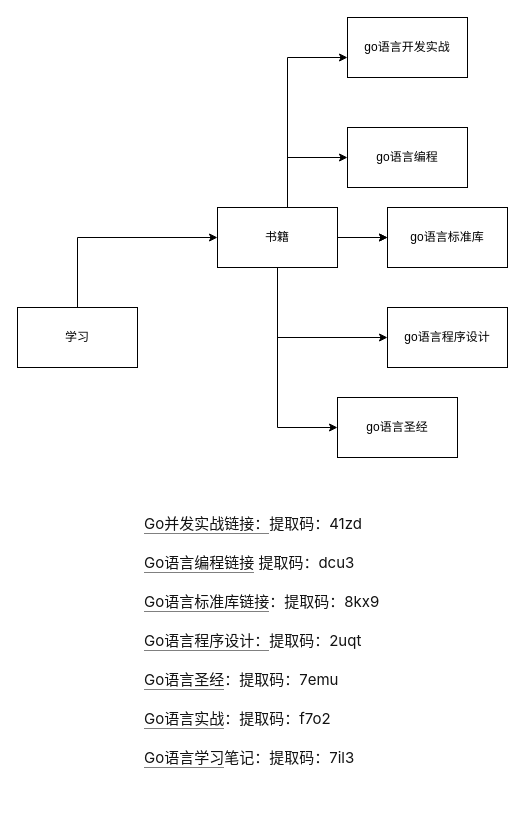
Above: go语言学习.drawio in enzoyes/desginsindraw (draw.io), before the change. Source tidied: cells renumbered, new cells numbered last; positions are measured from the earlier drawing's top-left corner, leaving out a move shared by most shapes. Both pictures are drawn from the tidied source at 100%, with x=0, y=0 at pixel (17, 17).
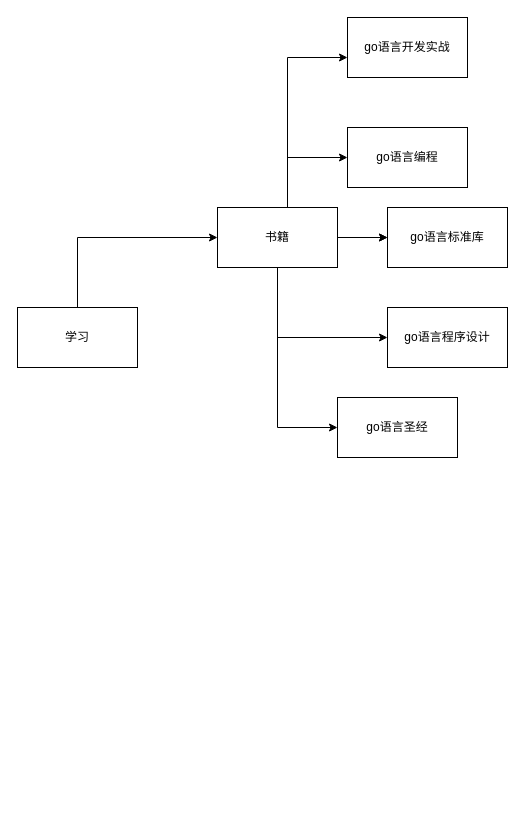
The same diagram, later.

Commit message (it also covers changes not shown here):
更新go语言学习.drawio

Change to the diagram source:
```diff
@@
-    <mxCell id="12" value="&lt;p style=&quot;margin: 1.4em 0px; color: rgb(18, 18, 18); font-family: -apple-system, BlinkMacSystemFont, &amp;quot;Helvetica Neue&amp;quot;, &amp;quot;PingFang SC&amp;quot;, &amp;quot;Microsoft YaHei&amp;quot;, &amp;quot;Source Han Sans SC&amp;quot;, &amp;quot;Noto Sans CJK SC&amp;quot;, &amp;quot;WenQuanYi Micro Hei&amp;quot;, sans-serif; font-size: 15px; font-style: normal; font-variant-ligatures: normal; font-variant-caps: normal; font-weight: 400; letter-spacing: normal; orphans: 2; text-align: start; text-indent: 0px; text-transform: none; widows: 2; word-spacing: 0px; -webkit-text-stroke-width: 0px; background-color: rgb(255, 255, 255); text-decoration-thickness: initial; text-decoration-style: initial; text-decoration-color: initial;&quot;&gt;&lt;a style=&quot;color: inherit; text-decoration: none; border-bottom: 1px solid rgb(128, 128, 128); cursor: pointer;&quot; rel=&quot;nofollow noreferrer&quot; target=&quot;_blank&quot; class=&quot;wrap external&quot; href=&quot;https://link.zhihu.com/?target=https%3A//pan.baidu.com/s/1sE6RQ5We5ciLtkkWAaSyyQ&quot;&gt;Go并发实战链接：&lt;/a&gt;提取码：41zd&lt;/p&gt;&lt;p style=&quot;margin: 1.4em 0px; color: rgb(18, 18, 18); font-family: -apple-system, BlinkMacSystemFont, &amp;quot;Helvetica Neue&amp;quot;, &amp;quot;PingFang SC&amp;quot;, &amp;quot;Microsoft YaHei&amp;quot;, &amp;quot;Source Han Sans SC&amp;quot;, &amp;quot;Noto Sans CJK SC&amp;quot;, &amp;quot;WenQuanYi Micro Hei&amp;quot;, sans-serif; font-size: 15px; font-style: normal; font-variant-ligatures: normal; font-variant-caps: normal; font-weight: 400; letter-spacing: normal; orphans: 2; text-align: start; text-indent: 0px; text-transform: none; widows: 2; word-spacing: 0px; -webkit-text-stroke-width: 0px; background-color: rgb(255, 255, 255); text-decoration-thickness: initial; text-decoration-style: initial; text-decoration-color: initial;&quot;&gt;&lt;a style=&quot;color: inherit; text-decoration: none; border-bottom: 1px solid rgb(128, 128, 128); cursor: pointer;&quot; rel=&quot;nofollow noreferrer&quot; target=&quot;_blank&quot; class=&quot;wrap external&quot; href=&quot;https://link.zhihu.com/?target=https%3A//pan.baidu.com/s/1yo_weXsbl_tMXjJrVPMI-A&quot;&gt;Go语言编程链接&lt;/a&gt;&lt;span&gt;&amp;nbsp;&lt;/span&gt;提取码：dcu3&lt;/p&gt;&lt;p style=&quot;margin: 1.4em 0px; color: rgb(18, 18, 18); font-family: -apple-system, BlinkMacSystemFont, &amp;quot;Helvetica Neue&amp;quot;, &amp;quot;PingFang SC&amp;quot;, &amp;quot;Microsoft YaHei&amp;quot;, &amp;quot;Source Han Sans SC&amp;quot;, &amp;quot;Noto Sans CJK SC&amp;quot;, &amp;quot;WenQuanYi Micro Hei&amp;quot;, sans-serif; font-size: 15px; font-style: normal; font-variant-ligatures: normal; font-variant-caps: normal; font-weight: 400; letter-spacing: normal; orphans: 2; text-align: start; text-indent: 0px; text-transform: none; widows: 2; word-spacing: 0px; -webkit-text-stroke-width: 0px; background-color: rgb(255, 255, 255); text-decoration-thickness: initial; text-decoration-style: initial; text-decoration-color: initial;&quot;&gt;&lt;a style=&quot;color: inherit; text-decoration: none; border-bottom: 1px solid rgb(128, 128, 128); cursor: pointer;&quot; rel=&quot;nofollow noreferrer&quot; target=&quot;_blank&quot; class=&quot;wrap external&quot; href=&quot;https://link.zhihu.com/?target=https%3A//pan.baidu.com/s/1MNkUhJT-ZQA5D7-tGAX-Lg&quot;&gt;Go语言标准库链接&lt;/a&gt;：提取码：8kx9&lt;/p&gt;&lt;p style=&quot;margin: 1.4em 0px; color: rgb(18, 18, 18); font-family: -apple-system, BlinkMacSystemFont, &amp;quot;Helvetica Neue&amp;quot;, &amp;quot;PingFang SC&amp;quot;, &amp;quot;Microsoft YaHei&amp;quot;, &amp;quot;Source Han Sans SC&amp;quot;, &amp;quot;Noto Sans CJK SC&amp;quot;, &amp;quot;WenQuanYi Micro Hei&amp;quot;, sans-serif; font-size: 15px; font-style: normal; font-variant-ligatures: normal; font-variant-caps: normal; font-weight: 400; letter-spacing: normal; orphans: 2; text-align: start; text-indent: 0px; text-transform: none; widows: 2; word-spacing: 0px; -webkit-text-stroke-width: 0px; background-color: rgb(255, 255, 255); text-decoration-thickness: initial; text-decoration-style: initial; text-decoration-color: initial;&quot;&gt;&lt;a style=&quot;color: inherit; text-decoration: none; border-bottom: 1px solid rgb(128, 128, 128); cursor: pointer;&quot; rel=&quot;nofollow noreferrer&quot; target=&quot;_blank&quot; class=&quot;wrap external&quot; href=&quot;https://link.zhihu.com/?target=https%3A//pan.baidu.com/s/1db91f8NGAzhMicPGdxuBPA&quot;&gt;Go语言程序设计：&lt;/a&gt;提取码：2uqt&lt;/p&gt;&lt;p style=&quot;margin: 1.4em 0px; color: rgb(18, 18, 18); font-family: -apple-system, BlinkMacSystemFont, &amp;quot;Helvetica Neue&amp;quot;, &amp;quot;PingFang SC&amp;quot;, &amp;quot;Microsoft YaHei&amp;quot;, &amp;quot;Source Han Sans SC&amp;quot;, &amp;quot;Noto Sans CJK SC&amp;quot;, &amp;quot;WenQuanYi Micro Hei&amp;quot;, sans-serif; font-size: 15px; font-style: normal; font-variant-ligatures: normal; font-variant-caps: normal; font-weight: 400; letter-spacing: normal; orphans: 2; text-align: start; text-indent: 0px; text-transform: none; widows: 2; word-spacing: 0px; -webkit-text-stroke-width: 0px; background-color: rgb(255, 255, 255); text-decoration-thickness: initial; text-decoration-style: initial; text-decoration-color: initial;&quot;&gt;&lt;a style=&quot;color: inherit; text-decoration: none; border-bottom: 1px solid rgb(128, 128, 128); cursor: pointer;&quot; rel=&quot;nofollow noreferrer&quot; target=&quot;_blank&quot; class=&quot;wrap external&quot; href=&quot;https://link.zhihu.com/?target=https%3A//pan.baidu.com/s/19xZJsF8KyCGp2fO4VYvPmA&quot;&gt;Go语言圣经&lt;/a&gt;：提取码：7emu&lt;/p&gt;&lt;p style=&quot;margin: 1.4em 0px; color: rgb(18, 18, 18); font-family: -apple-system, BlinkMacSystemFont, &amp;quot;Helvetica Neue&amp;quot;, &amp;quot;PingFang SC&amp;quot;, &amp;quot;Microsoft YaHei&amp;quot;, &amp;quot;Source Han Sans SC&amp;quot;, &amp;quot;Noto Sans CJK SC&amp;quot;, &amp;quot;WenQuanYi Micro Hei&amp;quot;, sans-serif; font-size: 15px; font-style: normal; font-variant-ligatures: normal; font-variant-caps: normal; font-weight: 400; letter-spacing: normal; orphans: 2; text-align: start; text-indent: 0px; text-transform: none; widows: 2; word-spacing: 0px; -webkit-text-stroke-width: 0px; background-color: rgb(255, 255, 255); text-decoration-thickness: initial; text-decoration-style: initial; text-decoration-color: initial;&quot;&gt;&lt;a style=&quot;color: inherit; text-decoration: none; border-bottom: 1px solid rgb(128, 128, 128); cursor: pointer;&quot; rel=&quot;nofollow noreferrer&quot; target=&quot;_blank&quot; class=&quot;wrap external&quot; href=&quot;https://link.zhihu.com/?target=https%3A//pan.baidu.com/s/143UFM4Uoir_yGRgSgt7hsA&quot;&gt;Go语言实战&lt;/a&gt;：提取码：f7o2&lt;/p&gt;&lt;p style=&quot;margin: 1.4em 0px; color: rgb(18, 18, 18); font-family: -apple-system, BlinkMacSystemFont, &amp;quot;Helvetica Neue&amp;quot;, &amp;quot;PingFang SC&amp;quot;, &amp;quot;Microsoft YaHei&amp;quot;, &amp;quot;Source Han Sans SC&amp;quot;, &amp;quot;Noto Sans CJK SC&amp;quot;, &amp;quot;WenQuanYi Micro Hei&amp;quot;, sans-serif; font-size: 15px; font-style: normal; font-variant-ligatures: normal; font-variant-caps: normal; font-weight: 400; letter-spacing: normal; orphans: 2; text-align: start; text-indent: 0px; text-transform: none; widows: 2; word-spacing: 0px; -webkit-text-stroke-width: 0px; background-color: rgb(255, 255, 255); text-decoration-thickness: initial; text-decoration-style: initial; text-decoration-color: initial;&quot;&gt;&lt;a style=&quot;color: inherit; text-decoration: none; border-bottom: 1px solid rgb(128, 128, 128); cursor: pointer;&quot; rel=&quot;nofollow noreferrer&quot; target=&quot;_blank&quot; class=&quot;wrap external&quot; href=&quot;https://link.zhihu.com/?target=https%3A//pan.baidu.com/s/1qnle6ZlgtSYANwjN4spS8Q&quot;&gt;Go语言学习&lt;/a&gt;笔记：提取码：7il3&lt;/p&gt;" style="text;whiteSpace=wrap;html=1;" parent="1" vertex="1">
-      <mxGeometry x="125" y="470" width="270" height="320" as="geometry" />
-    </mxCell>
```
